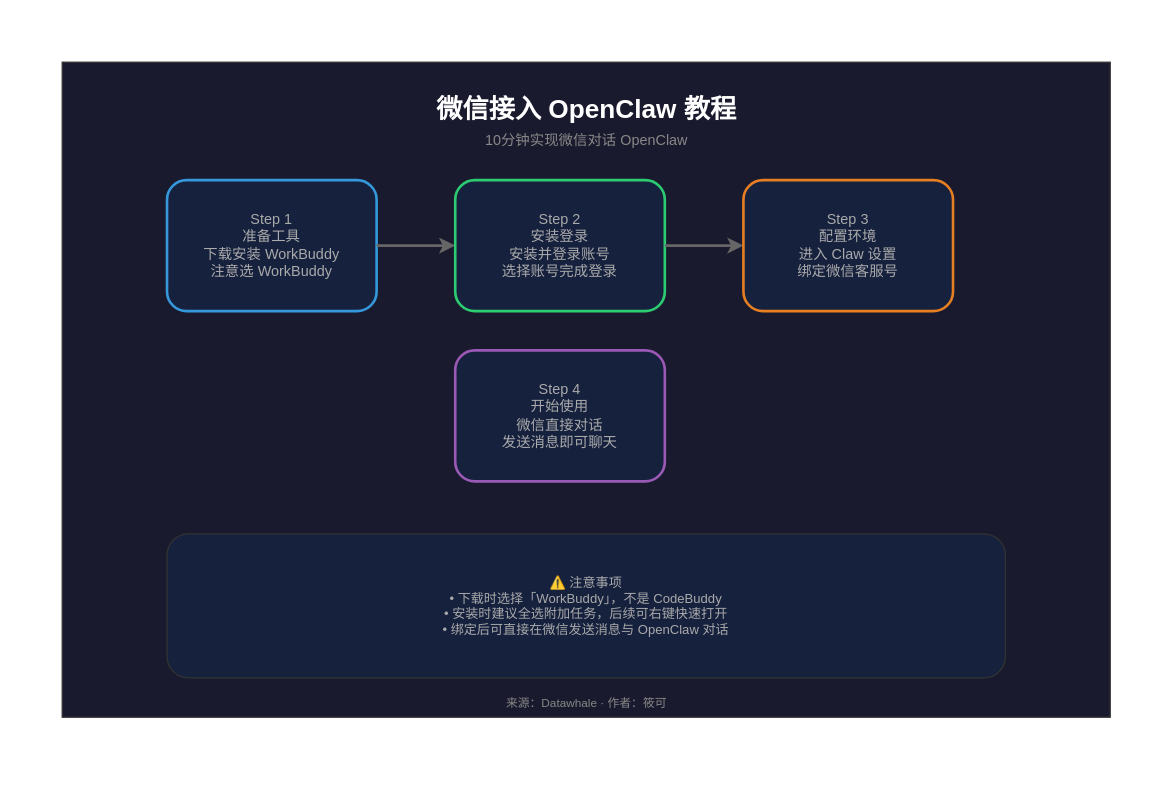
Before: .opencode/skills/xml-diagram/examples/总结图-dark-attention论文.drawio in BeWaterMyFriend7/SKILL-PROJECT, a draw.io diagram. Source tidied: cells renumbered, new cells numbered last; positions are measured from the earlier drawing's top-left corner, leaving out a move shared by most shapes. Both pictures are drawn from the tidied source at 131%, with x=0, y=0 at pixel (62, 62).
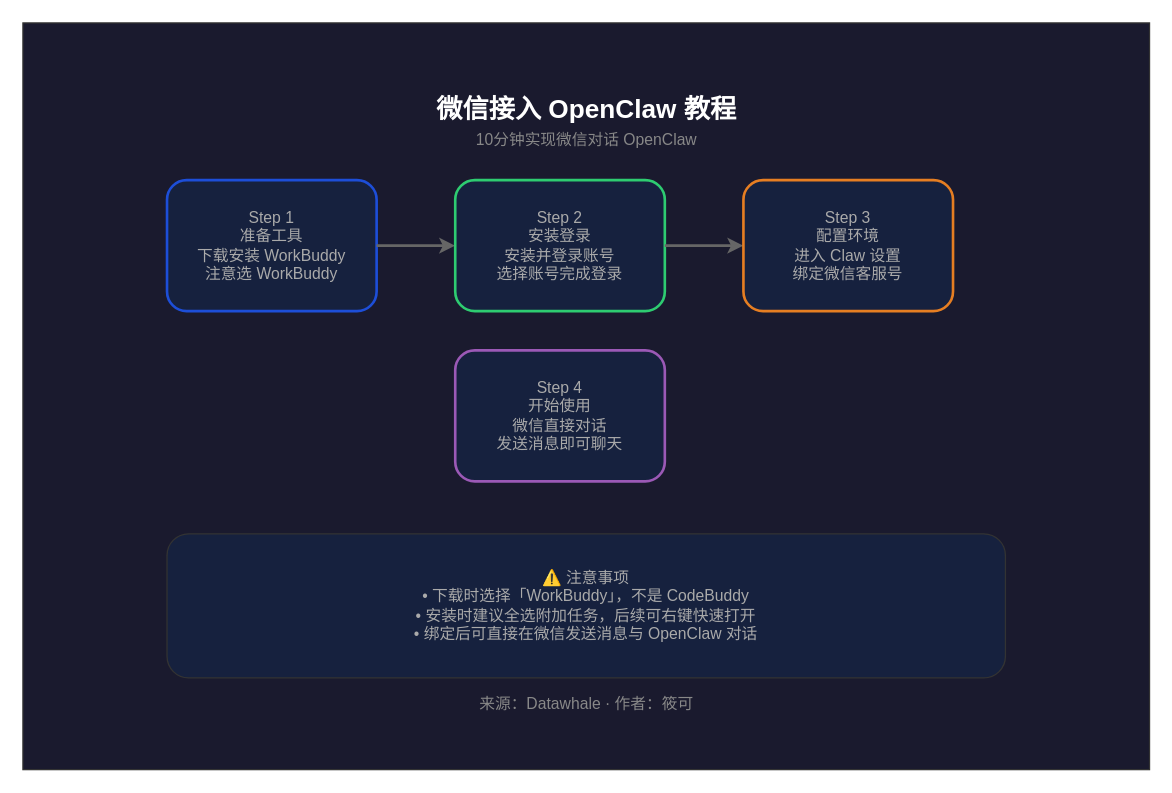
The same diagram, later.

What changed in the source:
```diff
@@
 <mxGraphModel>
   <root>
     <mxCell id="0" />
     <mxCell id="1" parent="0" />
     <mxCell id="2" style="rounded=0;whiteSpace=wrap;html=1;fillColor=#1a1a2e;strokeColor=#333333;" parent="1" vertex="1">
-      <mxGeometry width="800" height="500" as="geometry" />
+      <mxGeometry x="-30" y="-30" width="860" height="570" as="geometry" />
     </mxCell>
     <mxCell id="3" value="微信接入 OpenClaw 教程" style="text;html=1;strokeColor=none;fillColor=none;align=center;verticalAlign=middle;whiteSpace=wrap=1;rounded=0;fontSize=20;fontStyle=1;fontColor=#ffffff;" parent="1" vertex="1">
       <mxGeometry x="250" y="20" width="300" height="30" as="geometry" />
     </mxCell>
-    <mxCell id="4" value="10分钟实现微信对话 OpenClaw" style="text;html=1;strokeColor=none;fillColor=none;align=center;verticalAlign=middle;whiteSpace=wrap=1;rounded=0;fontSize=11;fontColor=#888888;" parent="1" vertex="1">
+    <mxCell id="4" value="10分钟实现微信对话 OpenClaw" style="text;html=1;strokeColor=none;fillColor=none;align=center;verticalAlign=middle;whiteSpace=wrap=1;rounded=0;fontSize=12;fontColor=#888888;" parent="1" vertex="1">
       <mxGeometry x="280" y="50" width="240" height="20" as="geometry" />
     </mxCell>
-    <mxCell id="5" value="Step 1&#10;准备工具&#10;下载安装 WorkBuddy&#10;注意选 WorkBuddy" style="rounded=1;whiteSpace=wrap;html=1;fillColor=#16213e;strokeColor=#3498db;strokeWidth=2;fontColor=#aaaaaa;fontSize=11;" parent="1" vertex="1">
+    <mxCell id="5" value="Step 1&#10;准备工具&#10;下载安装 WorkBuddy&#10;注意选 WorkBuddy" style="rounded=1;whiteSpace=wrap;html=1;fillColor=#16213e;strokeColor=#1D4ED8;strokeWidth=2;fontColor=#aaaaaa;fontSize=12;" parent="1" vertex="1">
       <mxGeometry x="80" y="90" width="160" height="100" as="geometry" />
     </mxCell>
     <mxCell id="6" style="edgeStyle=orthogonalEdgeStyle;rounded=0;html=1;strokeColor=#666666;strokeWidth=2;endArrow=classic;endFill=1;" parent="1" edge="1" source="5" target="7">
       <mxGeometry relative="1" as="geometry" />
     </mxCell>
-    <mxCell id="7" value="Step 2&#10;安装登录&#10;安装并登录账号&#10;选择账号完成登录" style="rounded=1;whiteSpace=wrap;html=1;fillColor=#16213e;strokeColor=#2ecc71;strokeWidth=2;fontColor=#aaaaaa;fontSize=11;" parent="1" vertex="1">
+    <mxCell id="7" value="Step 2&#10;安装登录&#10;安装并登录账号&#10;选择账号完成登录" style="rounded=1;whiteSpace=wrap;html=1;fillColor=#16213e;strokeColor=#2ecc71;strokeWidth=2;fontColor=#aaaaaa;fontSize=12;" parent="1" vertex="1">
       <mxGeometry x="300" y="90" width="160" height="100" as="geometry" />
     </mxCell>
     <mxCell id="8" style="edgeStyle=orthogonalEdgeStyle;rounded=0;html=1;strokeColor=#666666;strokeWidth=2;endArrow=classic;endFill=1;" parent="1" edge="1" source="7" target="9">
       <mxGeometry relative="1" as="geometry" />
     </mxCell>
-    <mxCell id="9" value="Step 3&#10;配置环境&#10;进入 Claw 设置&#10;绑定微信客服号" style="rounded=1;whiteSpace=wrap;html=1;fillColor=#16213e;strokeColor=#e67e22;strokeWidth=2;fontColor=#aaaaaa;fontSize=11;" parent="1" vertex="1">
+    <mxCell id="9" value="Step 3&#10;配置环境&#10;进入 Claw 设置&#10;绑定微信客服号" style="rounded=1;whiteSpace=wrap;html=1;fillColor=#16213e;strokeColor=#e67e22;strokeWidth=2;fontColor=#aaaaaa;fontSize=12;" parent="1" vertex="1">
       <mxGeometry x="520" y="90" width="160" height="100" as="geometry" />
     </mxCell>
-    <mxCell id="10" value="Step 4&#10;开始使用&#10;微信直接对话&#10;发送消息即可聊天" style="rounded=1;whiteSpace=wrap;html=1;fillColor=#16213e;strokeColor=#9b59b6;strokeWidth=2;fontColor=#aaaaaa;fontSize=11;" parent="1" vertex="1">
+    <mxCell id="10" value="Step 4&#10;开始使用&#10;微信直接对话&#10;发送消息即可聊天" style="rounded=1;whiteSpace=wrap;html=1;fillColor=#16213e;strokeColor=#9b59b6;strokeWidth=2;fontColor=#aaaaaa;fontSize=12;" parent="1" vertex="1">
       <mxGeometry x="300" y="220" width="160" height="100" as="geometry" />
     </mxCell>
-    <mxCell id="11" value="⚠️ 注意事项&#10;• 下载时选择「WorkBuddy」，不是 CodeBuddy&#10;• 安装时建议全选附加任务，后续可右键快速打开&#10;• 绑定后可直接在微信发送消息与 OpenClaw 对话" style="rounded=1;whiteSpace=wrap;html=1;fillColor=#16213e;strokeColor=#333333;strokeWidth=1;fontColor=#aaaaaa;fontSize=10;" parent="1" vertex="1">
+    <mxCell id="11" value="⚠️ 注意事项&#10;• 下载时选择「WorkBuddy」，不是 CodeBuddy&#10;• 安装时建议全选附加任务，后续可右键快速打开&#10;• 绑定后可直接在微信发送消息与 OpenClaw 对话" style="rounded=1;whiteSpace=wrap;html=1;fillColor=#16213e;strokeColor=#333333;strokeWidth=1;fontColor=#aaaaaa;fontSize=12;" parent="1" vertex="1">
       <mxGeometry x="80" y="360" width="640" height="110" as="geometry" />
     </mxCell>
-    <mxCell id="12" value="来源：Datawhale · 作者：筱可" style="text;html=1;strokeColor=none;fillColor=none;align=center;verticalAlign=middle;whiteSpace=wrap=1;rounded=0;fontSize=9;fontColor=#888888;" parent="1" vertex="1">
+    <mxCell id="12" value="来源：Datawhale · 作者：筱可" style="text;html=1;strokeColor=none;fillColor=none;align=center;verticalAlign=middle;whiteSpace=wrap=1;rounded=0;fontSize=12;fontColor=#888888;" parent="1" vertex="1">
       <mxGeometry x="300" y="480" width="200" height="20" as="geometry" />
     </mxCell>
   </root>
 </mxGraphModel>
```
